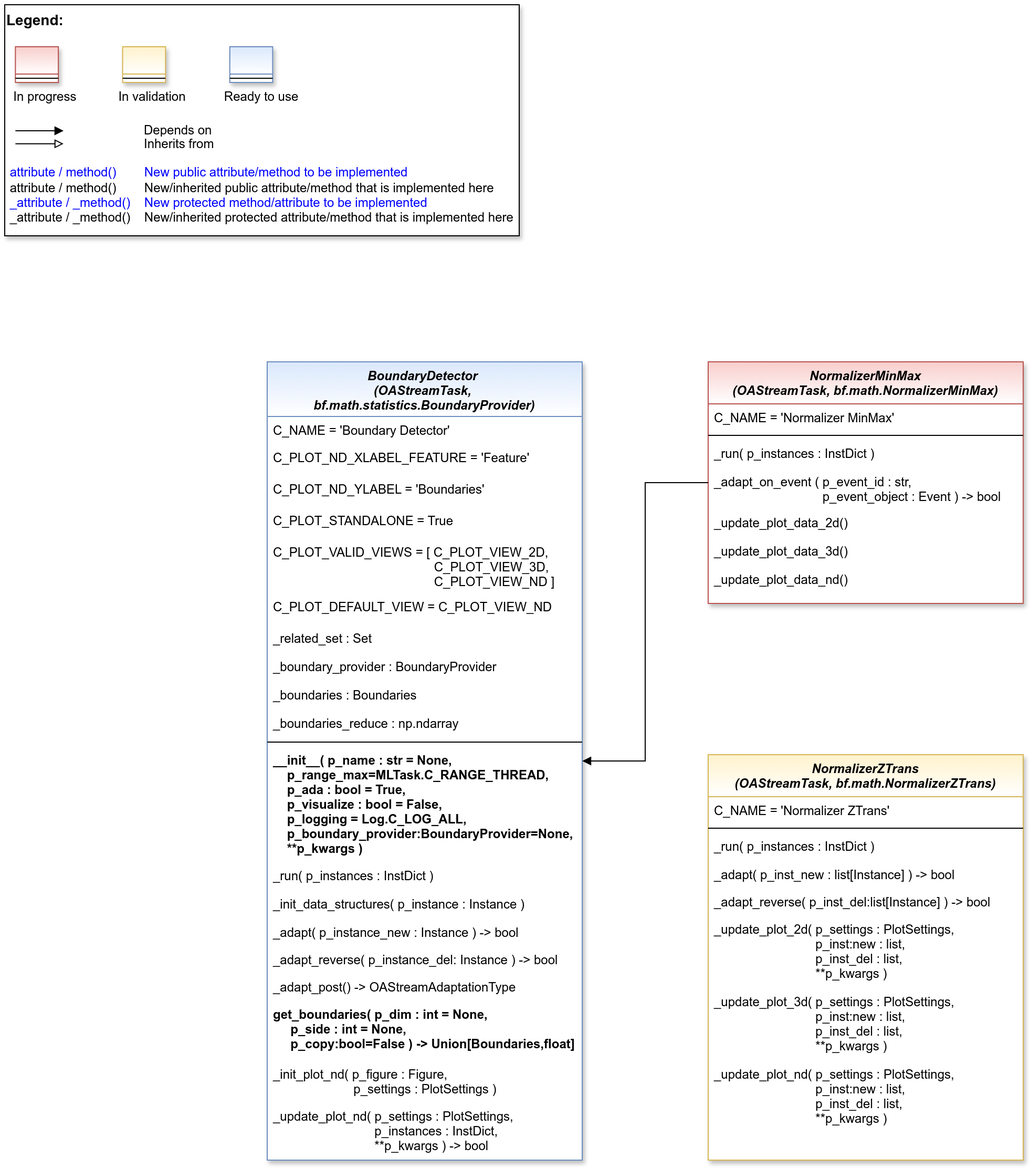
This is doc/rtd/content/99_appendices/appendix2/sub/mlpro_oa/streams/10_preprocessing/images/MLPro-OA-Preprocessing-Tasks_class_diagram.drawio.png from fhswf/MLPro, a draw.io export, as it was before one commit. Source tidied: cells renumbered, new cells last; positions are measured from the earlier drawing's top-left corner, leaving out a move shared by most shapes.
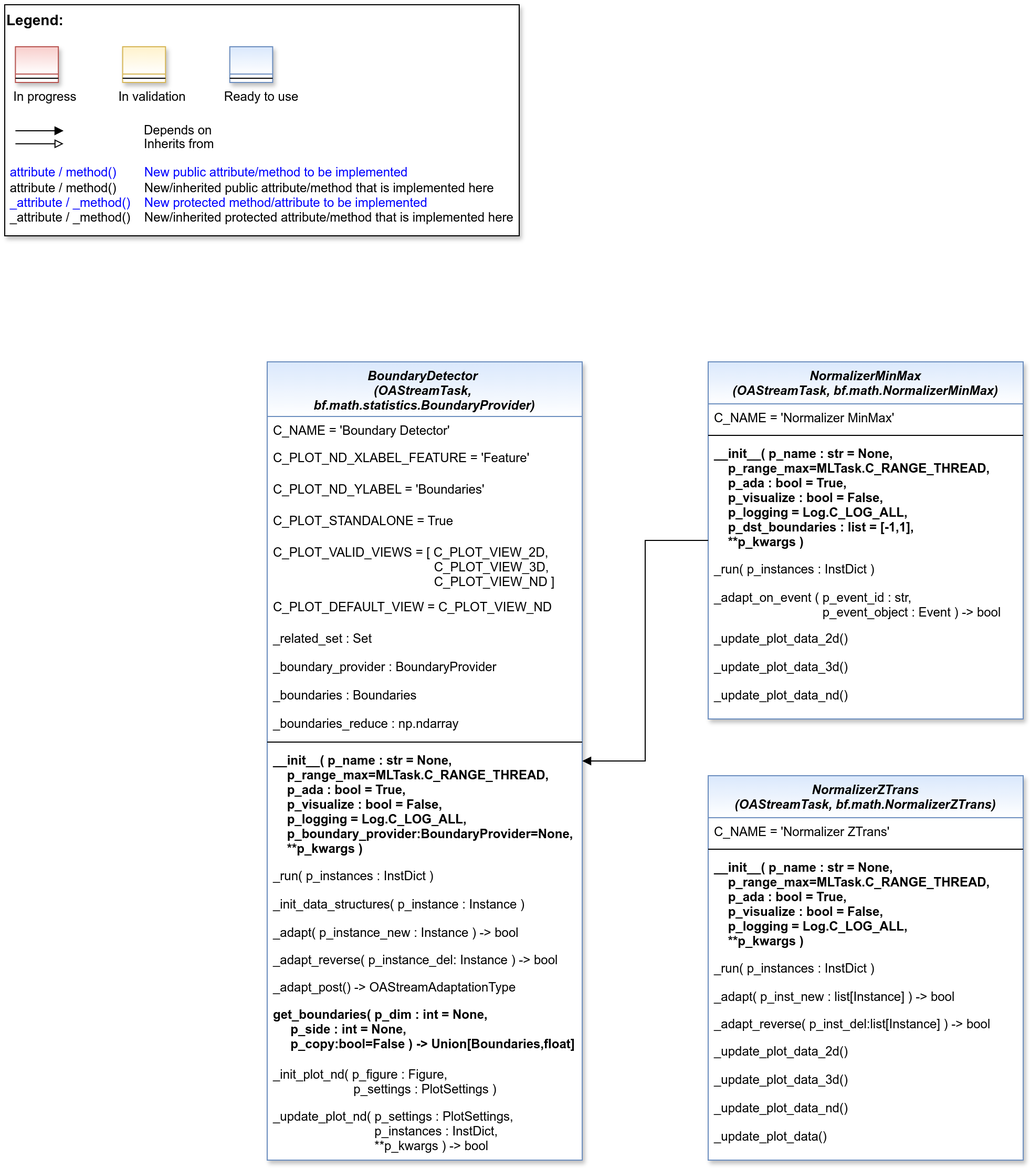
Later version of the same file.

Diff of the diagram source:
```diff
@@ -106,8 +106,8 @@
     <mxCell id="32" value="_update_plot_nd( p_settings : PlotSettings,&#10;                             p_instances : InstDict,&#10;                             **p_kwargs ) -&gt; bool" style="text;align=left;verticalAlign=top;spacingLeft=4;spacingRight=4;overflow=hidden;fontColor=default;" parent="12" vertex="1">
       <mxGeometry y="705" width="300" height="54" as="geometry" />
     </mxCell>
-    <mxCell id="33" value="NormalizerZTrans &#10;(OAStreamTask, bf.math.NormalizerZTrans)" style="swimlane;fontStyle=3;align=center;verticalAlign=top;horizontal=1;startSize=40;rounded=0;shadow=1;strokeWidth=1;fillColor=#fff2cc;strokeColor=#d6b656;swimlaneFillColor=#ffffff;gradientColor=#FFFFFF;" parent="1" vertex="1">
-      <mxGeometry x="670" y="714" width="300" height="386" as="geometry" />
+    <mxCell id="33" value="NormalizerZTrans &#10;(OAStreamTask, bf.math.NormalizerZTrans)" style="swimlane;fontStyle=3;align=center;verticalAlign=top;horizontal=1;startSize=40;rounded=0;shadow=1;strokeWidth=1;fillColor=#dae8fc;strokeColor=#6c8ebf;swimlaneFillColor=#ffffff;gradientColor=#FFFFFF;" parent="1" vertex="1">
+      <mxGeometry x="670" y="734" width="300" height="366" as="geometry" />
     </mxCell>
     <mxCell id="34" value="C_NAME = 'Normalizer ZTrans'" style="text;align=left;verticalAlign=top;spacingLeft=4;spacingRight=4;overflow=hidden;fontColor=default;" parent="33" vertex="1">
       <mxGeometry y="40" width="300" height="26" as="geometry" />
@@ -115,50 +115,59 @@
     <mxCell id="35" style="line;html=1;strokeWidth=1;align=left;verticalAlign=middle;spacingTop=-1;spacingLeft=3;spacingRight=3;labelPosition=right;" parent="33" vertex="1">
       <mxGeometry y="66" width="300" height="8" as="geometry" />
     </mxCell>
-    <mxCell id="36" value="_run( p_instances : InstDict )" style="text;align=left;verticalAlign=top;spacingLeft=4;spacingRight=4;overflow=hidden;fontColor=default;" parent="33" vertex="1">
-      <mxGeometry y="74" width="300" height="27" as="geometry" />
+    <mxCell id="36" value="__init__( p_name : str = None,&#10;    p_range_max=MLTask.C_RANGE_THREAD,&#10;    p_ada : bool = True,&#10;    p_visualize : bool = False,&#10;    p_logging = Log.C_LOG_ALL,&#10;    **p_kwargs )" style="text;align=left;verticalAlign=top;spacingLeft=4;spacingRight=4;overflow=hidden;fontColor=default;fontStyle=1;" parent="33" vertex="1">
+      <mxGeometry y="74" width="300" height="96" as="geometry" />
     </mxCell>
-    <mxCell id="37" value="_adapt( p_inst_new : list[Instance] ) -&gt; bool" style="text;align=left;verticalAlign=top;spacingLeft=4;spacingRight=4;overflow=hidden;fontColor=default;" parent="33" vertex="1">
-      <mxGeometry y="101" width="300" height="26" as="geometry" />
+    <mxCell id="37" value="_run( p_instances : InstDict )" style="text;align=left;verticalAlign=top;spacingLeft=4;spacingRight=4;overflow=hidden;fontColor=default;" parent="33" vertex="1">
+      <mxGeometry y="170" width="300" height="27" as="geometry" />
     </mxCell>
-    <mxCell id="38" value="_adapt_reverse( p_inst_del:list[Instance] ) -&gt; bool" style="text;align=left;verticalAlign=top;spacingLeft=4;spacingRight=4;overflow=hidden;fontColor=default;" parent="33" vertex="1">
-      <mxGeometry y="127" width="300" height="26" as="geometry" />
+    <mxCell id="38" value="_adapt( p_inst_new : list[Instance] ) -&gt; bool" style="text;align=left;verticalAlign=top;spacingLeft=4;spacingRight=4;overflow=hidden;fontColor=default;" parent="33" vertex="1">
+      <mxGeometry y="197" width="300" height="26" as="geometry" />
     </mxCell>
-    <mxCell id="39" value="_update_plot_2d( p_settings : PlotSettings,&#10;                             p_inst:new : list,&#10;                             p_inst_del : list,&#10;                             **p_kwargs )" style="text;align=left;verticalAlign=top;spacingLeft=4;spacingRight=4;overflow=hidden;fontColor=default;" parent="33" vertex="1">
-      <mxGeometry y="153" width="300" height="69" as="geometry" />
+    <mxCell id="39" value="_adapt_reverse( p_inst_del:list[Instance] ) -&gt; bool" style="text;align=left;verticalAlign=top;spacingLeft=4;spacingRight=4;overflow=hidden;fontColor=default;" parent="33" vertex="1">
+      <mxGeometry y="223" width="300" height="26" as="geometry" />
     </mxCell>
-    <mxCell id="40" value="_update_plot_3d( p_settings : PlotSettings,&#10;                             p_inst:new : list,&#10;                             p_inst_del : list,&#10;                             **p_kwargs )" style="text;align=left;verticalAlign=top;spacingLeft=4;spacingRight=4;overflow=hidden;fontColor=default;" parent="33" vertex="1">
-      <mxGeometry y="222" width="300" height="69" as="geometry" />
+    <mxCell id="40" value="_update_plot_data_2d()" style="text;align=left;verticalAlign=top;spacingLeft=4;spacingRight=4;overflow=hidden;fontColor=default;" parent="33" vertex="1">
+      <mxGeometry y="249" width="300" height="27" as="geometry" />
     </mxCell>
-    <mxCell id="41" value="_update_plot_nd( p_settings : PlotSettings,&#10;                             p_inst:new : list,&#10;                             p_inst_del : list,&#10;                             **p_kwargs )" style="text;align=left;verticalAlign=top;spacingLeft=4;spacingRight=4;overflow=hidden;fontColor=default;" parent="33" vertex="1">
-      <mxGeometry y="291" width="300" height="69" as="geometry" />
+    <mxCell id="41" value="_update_plot_data_3d()" style="text;align=left;verticalAlign=top;spacingLeft=4;spacingRight=4;overflow=hidden;fontColor=default;" parent="33" vertex="1">
+      <mxGeometry y="276" width="300" height="27" as="geometry" />
     </mxCell>
-    <mxCell id="42" value="NormalizerMinMax &#10;(OAStreamTask, bf.math.NormalizerMinMax)" style="swimlane;fontStyle=3;align=center;verticalAlign=top;horizontal=1;startSize=40;rounded=0;shadow=1;strokeWidth=1;fillColor=#f8cecc;strokeColor=#b85450;swimlaneFillColor=#ffffff;gradientColor=#FFFFFF;" parent="1" vertex="1">
-      <mxGeometry x="670" y="340" width="300" height="230" as="geometry" />
+    <mxCell id="42" value="_update_plot_data_nd()" style="text;align=left;verticalAlign=top;spacingLeft=4;spacingRight=4;overflow=hidden;points=[[0,0.5],[1,0.5]];portConstraint=eastwest;fontColor=default;" parent="33" vertex="1">
+      <mxGeometry y="303" width="300" height="27" as="geometry" />
     </mxCell>
-    <mxCell id="43" value="C_NAME = 'Normalizer MinMax'" style="text;align=left;verticalAlign=top;spacingLeft=4;spacingRight=4;overflow=hidden;fontColor=default;" parent="42" vertex="1">
-      <mxGeometry y="40" width="300" height="26" as="geometry" />
+    <mxCell id="43" value="_update_plot_data()" style="text;align=left;verticalAlign=top;spacingLeft=4;spacingRight=4;overflow=hidden;fontColor=default;" parent="33" vertex="1">
+      <mxGeometry y="330" width="300" height="27" as="geometry" />
     </mxCell>
-    <mxCell id="44" style="line;html=1;strokeWidth=1;align=left;verticalAlign=middle;spacingTop=-1;spacingLeft=3;spacingRight=3;labelPosition=right;points=[];portConstraint=eastwest;" parent="42" vertex="1">
-      <mxGeometry y="66" width="300" height="8" as="geometry" />
+    <mxCell id="44" value="NormalizerMinMax &#10;(OAStreamTask, bf.math.NormalizerMinMax)" style="swimlane;fontStyle=3;align=center;verticalAlign=top;horizontal=1;startSize=40;rounded=0;shadow=1;strokeWidth=1;fillColor=#dae8fc;strokeColor=#6c8ebf;swimlaneFillColor=#ffffff;gradientColor=#FFFFFF;" parent="1" vertex="1">
+      <mxGeometry x="670" y="340" width="300" height="340" as="geometry" />
     </mxCell>
-    <mxCell id="45" value="_run( p_instances : InstDict )" style="text;align=left;verticalAlign=top;spacingLeft=4;spacingRight=4;overflow=hidden;fontColor=default;" parent="42" vertex="1">
-      <mxGeometry y="74" width="300" height="27" as="geometry" />
+    <mxCell id="45" value="C_NAME = 'Normalizer MinMax'" style="text;align=left;verticalAlign=top;spacingLeft=4;spacingRight=4;overflow=hidden;fontColor=default;" parent="44" vertex="1">
+      <mxGeometry y="40" width="300" height="26" as="geometry" />
     </mxCell>
-    <mxCell id="46" value="_adapt_on_event ( p_event_id : str, &#10;                               p_event_object : Event ) -&gt; bool" style="text;align=left;verticalAlign=top;spacingLeft=4;spacingRight=4;overflow=hidden;fontColor=default;" parent="42" vertex="1">
-      <mxGeometry y="101" width="300" height="39" as="geometry" />
+    <mxCell id="46" style="line;html=1;strokeWidth=1;align=left;verticalAlign=middle;spacingTop=-1;spacingLeft=3;spacingRight=3;labelPosition=right;" parent="44" vertex="1">
+      <mxGeometry y="66" width="300" height="8" as="geometry" />
     </mxCell>
-    <mxCell id="47" value="_update_plot_data_2d()" style="text;align=left;verticalAlign=top;spacingLeft=4;spacingRight=4;overflow=hidden;fontColor=default;" parent="42" vertex="1">
-      <mxGeometry y="140" width="300" height="27" as="geometry" />
+    <mxCell id="47" value="__init__( p_name : str = None,&#10;    p_range_max=MLTask.C_RANGE_THREAD,&#10;    p_ada : bool = True,&#10;    p_visualize : bool = False,&#10;    p_logging = Log.C_LOG_ALL,&#10;    p_dst_boundaries : list = [-1,1],&#10;    **p_kwargs )" style="text;align=left;verticalAlign=top;spacingLeft=4;spacingRight=4;overflow=hidden;fontColor=default;fontStyle=1;" parent="44" vertex="1">
+      <mxGeometry y="74" width="300" height="110" as="geometry" />
     </mxCell>
-    <mxCell id="48" value="_update_plot_data_3d()" style="text;align=left;verticalAlign=top;spacingLeft=4;spacingRight=4;overflow=hidden;fontColor=default;" parent="42" vertex="1">
-      <mxGeometry y="167" width="300" height="27" as="geometry" />
+    <mxCell id="48" value="_run( p_instances : InstDict )" style="text;align=left;verticalAlign=top;spacingLeft=4;spacingRight=4;overflow=hidden;fontColor=default;" parent="44" vertex="1">
+      <mxGeometry y="184" width="300" height="27" as="geometry" />
     </mxCell>
-    <mxCell id="49" value="_update_plot_data_nd()" style="text;align=left;verticalAlign=top;spacingLeft=4;spacingRight=4;overflow=hidden;fontColor=default;" parent="42" vertex="1">
-      <mxGeometry y="194" width="300" height="27" as="geometry" />
+    <mxCell id="49" value="_adapt_on_event ( p_event_id : str, &#10;                               p_event_object : Event ) -&gt; bool" style="text;align=left;verticalAlign=top;spacingLeft=4;spacingRight=4;overflow=hidden;fontColor=default;" parent="44" vertex="1">
+      <mxGeometry y="211" width="300" height="39" as="geometry" />
     </mxCell>
-    <mxCell id="50" style="edgeStyle=orthogonalEdgeStyle;rounded=0;jettySize=auto;html=1;endArrow=block;endFill=1;" parent="1" edge="1" source="42" target="12">
-      <mxGeometry relative="1" as="geometry" />
+    <mxCell id="50" value="_update_plot_data_2d()" style="text;align=left;verticalAlign=top;spacingLeft=4;spacingRight=4;overflow=hidden;fontColor=default;" parent="44" vertex="1">
+      <mxGeometry y="250" width="300" height="27" as="geometry" />
     </mxCell>
+    <mxCell id="51" value="_update_plot_data_3d()" style="text;align=left;verticalAlign=top;spacingLeft=4;spacingRight=4;overflow=hidden;fontColor=default;" parent="44" vertex="1">
+      <mxGeometry y="277" width="300" height="27" as="geometry" />
+    </mxCell>
+    <mxCell id="52" value="_update_plot_data_nd()" style="text;align=left;verticalAlign=top;spacingLeft=4;spacingRight=4;overflow=hidden;fontColor=default;" parent="44" vertex="1">
+      <mxGeometry y="304" width="300" height="27" as="geometry" />
+    </mxCell>
+    <mxCell id="53" style="edgeStyle=orthogonalEdgeStyle;rounded=0;jettySize=auto;html=1;endArrow=block;endFill=1;" parent="1" edge="1" source="44" target="12">
+      <mxGeometry relative="1" as="geometry" />
+    </mxCell>
   </root>
 </mxGraphModel>
```
